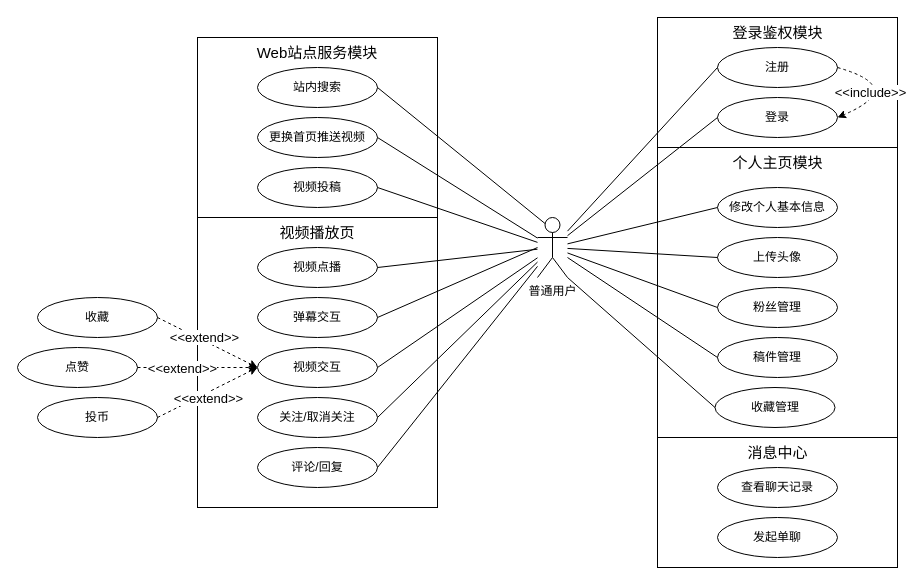
All1217/AniLink-Java keeps this draw.io diagram as docs/Assets/AniLink-cloud/UML用例图.drawio. Above is the earlier version. Source tidied: cells renumbered, new cells numbered last; positions are measured from the earlier drawing's top-left corner, leaving out a move shared by most shapes. Both pictures are drawn from the tidied source at 100%, with x=0, y=0 at pixel (17, 17).
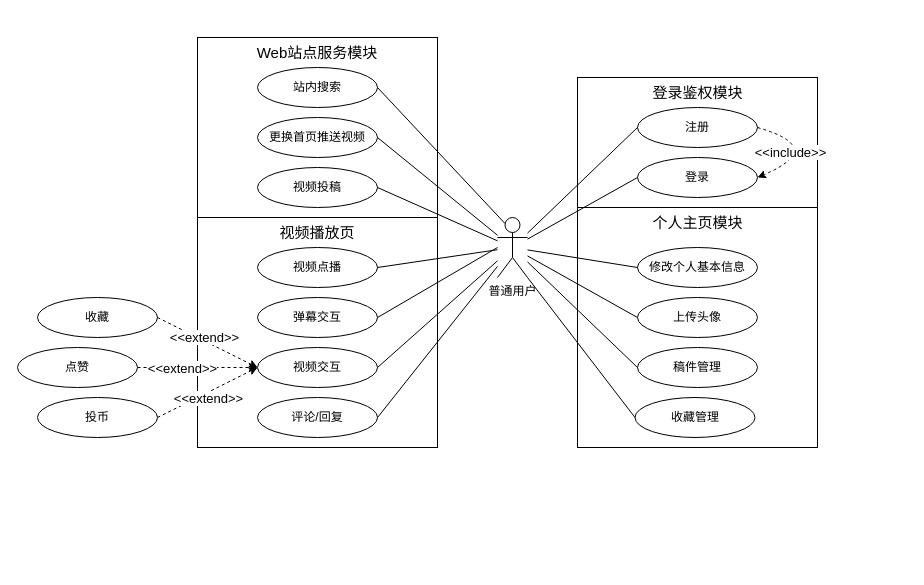
Above is the later version.

Commit message (it also covers changes not shown here):
修改后端业务UML用例图

Unchanged cells that the change refers to:
```xml
<mxCell id="34" value="弹幕交互" style="ellipse;whiteSpace=wrap;html=1;" parent="1" vertex="1">
  <mxGeometry x="240" y="280" width="120" height="40" as="geometry" />
</mxCell>
```

The edit, as a diff of the source:
```diff
@@
     <mxCell id="2" style="rounded=0;whiteSpace=wrap;html=1;" parent="1" vertex="1">
-      <mxGeometry x="640" y="130" width="240" height="290" as="geometry" />
+      <mxGeometry x="560" y="190" width="240" height="240" as="geometry" />
     </mxCell>
@@
     <mxCell id="4" style="rounded=0;whiteSpace=wrap;html=1;" parent="1" vertex="1">
-      <mxGeometry x="640" width="240" height="130" as="geometry" />
+      <mxGeometry x="560" y="60" width="240" height="130" as="geometry" />
     </mxCell>
     <mxCell id="5" value="普通用户" style="shape=umlActor;verticalLabelPosition=bottom;verticalAlign=top;html=1;outlineConnect=0;" parent="1" vertex="1">
-      <mxGeometry x="520" y="200" width="30" height="60" as="geometry" />
+      <mxGeometry x="480" y="200" width="30" height="60" as="geometry" />
     </mxCell>
     <mxCell id="6" value="登录" style="ellipse;whiteSpace=wrap;html=1;" parent="1" vertex="1">
-      <mxGeometry x="700" y="80" width="120" height="40" as="geometry" />
+      <mxGeometry x="620" y="140" width="120" height="40" as="geometry" />
     </mxCell>
     <mxCell id="7" value="&lt;font style=&quot;font-size: 15px;&quot;&gt;登录鉴权模块&lt;/font&gt;" style="text;html=1;align=center;verticalAlign=middle;whiteSpace=wrap;rounded=0;" parent="1" vertex="1">
-      <mxGeometry x="697.5" width="125" height="30" as="geometry" />
+      <mxGeometry x="617.5" y="60" width="125" height="30" as="geometry" />
     </mxCell>
     <mxCell id="8" value="注册" style="ellipse;whiteSpace=wrap;html=1;" parent="1" vertex="1">
-      <mxGeometry x="700" y="30" width="120" height="40" as="geometry" />
+      <mxGeometry x="620" y="90" width="120" height="40" as="geometry" />
     </mxCell>
@@
     <mxCell id="11" value="修改个人基本信息" style="ellipse;whiteSpace=wrap;html=1;" parent="1" vertex="1">
-      <mxGeometry x="700" y="170" width="120" height="40" as="geometry" />
+      <mxGeometry x="620" y="230" width="120" height="40" as="geometry" />
     </mxCell>
     <mxCell id="12" style="curved=1;endArrow=classic;html=1;rounded=0;entryX=1;entryY=0.5;entryDx=0;entryDy=0;exitX=1;exitY=0.5;exitDx=0;exitDy=0;dashed=1;" parent="1" edge="1" source="8" target="6">
       <mxGeometry relative="1" as="geometry">
         <Array as="points">
-          <mxPoint x="890" y="70" />
+          <mxPoint x="810" y="130" />
         </Array>
       </mxGeometry>
     </mxCell>
@@
-    <mxCell id="16" value="粉丝管理" style="ellipse;whiteSpace=wrap;html=1;" parent="1" vertex="1">
-      <mxGeometry x="700" y="270" width="120" height="40" as="geometry" />
-    </mxCell>
@@
     <mxCell id="18" value="稿件管理" style="ellipse;whiteSpace=wrap;html=1;" parent="1" vertex="1">
-      <mxGeometry x="700" y="320" width="120" height="40" as="geometry" />
+      <mxGeometry x="620" y="330" width="120" height="40" as="geometry" />
     </mxCell>
     <mxCell id="19" value="上传头像" style="ellipse;whiteSpace=wrap;html=1;" parent="1" vertex="1">
-      <mxGeometry x="700" y="220" width="120" height="40" as="geometry" />
+      <mxGeometry x="620" y="280" width="120" height="40" as="geometry" />
     </mxCell>
@@
     <mxCell id="21" value="收藏管理" style="ellipse;whiteSpace=wrap;html=1;" parent="1" vertex="1">
-      <mxGeometry x="697.5" y="370" width="120" height="40" as="geometry" />
+      <mxGeometry x="617.5" y="380" width="120" height="40" as="geometry" />
     </mxCell>
     <mxCell id="22" value="&lt;font style=&quot;font-size: 15px;&quot;&gt;个人主页模块&lt;/font&gt;" style="text;html=1;align=center;verticalAlign=middle;whiteSpace=wrap;rounded=0;" parent="1" vertex="1">
-      <mxGeometry x="697.5" y="130" width="125" height="30" as="geometry" />
+      <mxGeometry x="617.5" y="190" width="125" height="30" as="geometry" />
     </mxCell>
@@
-    <mxCell id="25" style="endArrow=none;html=1;rounded=0;entryX=0;entryY=0.5;entryDx=0;entryDy=0;" parent="1" edge="1" source="5" target="16">
-      <mxGeometry relative="1" as="geometry" />
-    </mxCell>
@@
     <mxCell id="31" style="rounded=0;whiteSpace=wrap;html=1;" parent="1" vertex="1">
-      <mxGeometry x="180" y="200" width="240" height="290" as="geometry" />
+      <mxGeometry x="180" y="200" width="240" height="230" as="geometry" />
     </mxCell>
@@
     <mxCell id="35" value="评论/回复" style="ellipse;whiteSpace=wrap;html=1;" parent="1" vertex="1">
-      <mxGeometry x="240" y="430" width="120" height="40" as="geometry" />
+      <mxGeometry x="240" y="380" width="120" height="40" as="geometry" />
     </mxCell>
@@
-    <mxCell id="40" value="关注/取消关注" style="ellipse;whiteSpace=wrap;html=1;" parent="1" vertex="1">
-      <mxGeometry x="240" y="380" width="120" height="40" as="geometry" />
-    </mxCell>
@@
     <mxCell id="42" style="endArrow=none;html=1;rounded=0;exitX=1;exitY=0.5;exitDx=0;exitDy=0;" parent="1" edge="1" source="34">
       <mxGeometry relative="1" as="geometry">
-        <mxPoint x="520" y="230" as="targetPoint" />
+        <mxPoint x="480" y="230" as="targetPoint" />
       </mxGeometry>
     </mxCell>
@@
-    <mxCell id="44" style="endArrow=none;html=1;rounded=0;exitX=1;exitY=0.5;exitDx=0;exitDy=0;" parent="1" edge="1" source="40" target="5">
-      <mxGeometry relative="1" as="geometry" />
-    </mxCell>
@@
-    <mxCell id="52" style="rounded=0;whiteSpace=wrap;html=1;" parent="1" vertex="1">
-      <mxGeometry x="640" y="420" width="240" height="130" as="geometry" />
-    </mxCell>
-    <mxCell id="53" value="&lt;font style=&quot;font-size: 15px;&quot;&gt;消息中心&lt;/font&gt;" style="text;html=1;align=center;verticalAlign=middle;whiteSpace=wrap;rounded=0;" parent="1" vertex="1">
-      <mxGeometry x="697.5" y="420" width="125" height="30" as="geometry" />
-    </mxCell>
-    <mxCell id="54" value="查看聊天记录" style="ellipse;whiteSpace=wrap;html=1;" parent="1" vertex="1">
-      <mxGeometry x="700" y="450" width="120" height="40" as="geometry" />
-    </mxCell>
-    <mxCell id="55" value="发起单聊" style="ellipse;whiteSpace=wrap;html=1;" parent="1" vertex="1">
-      <mxGeometry x="700" y="500" width="120" height="40" as="geometry" />
-    </mxCell>
```
